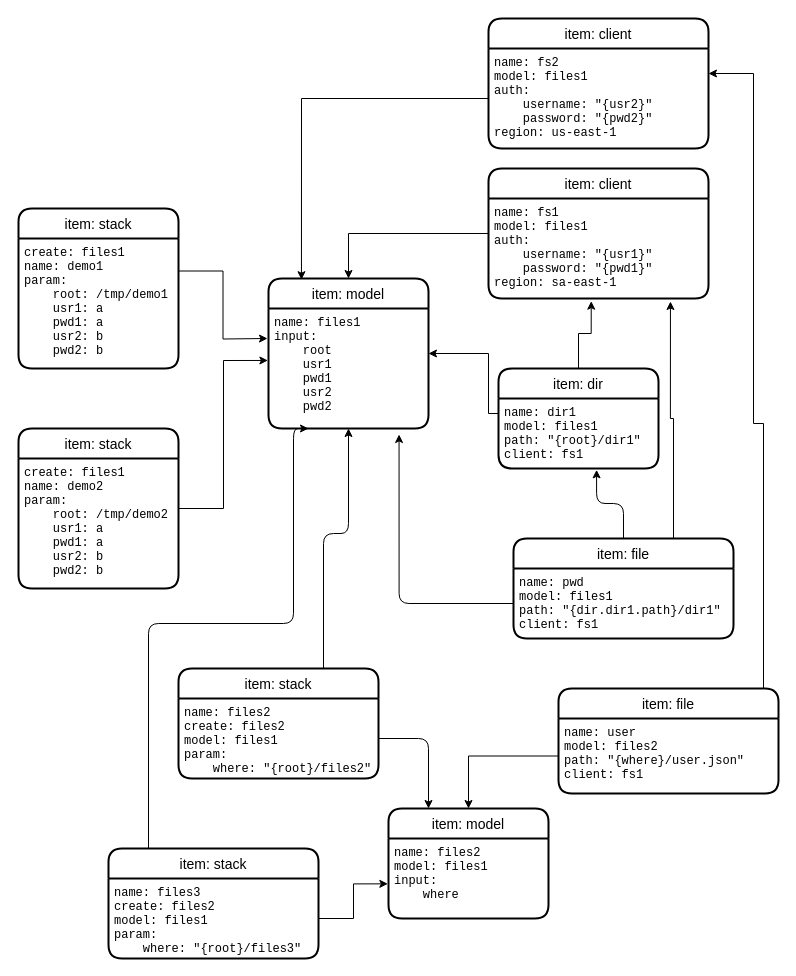
Before: doc/oros.drawio in udhos/oros, a draw.io diagram. Source tidied: cells renumbered, new cells numbered last; positions are measured from the earlier drawing's top-left corner, leaving out a move shared by most shapes. Both pictures are drawn from the tidied source at 100%, with x=0, y=0 at pixel (18, 18).
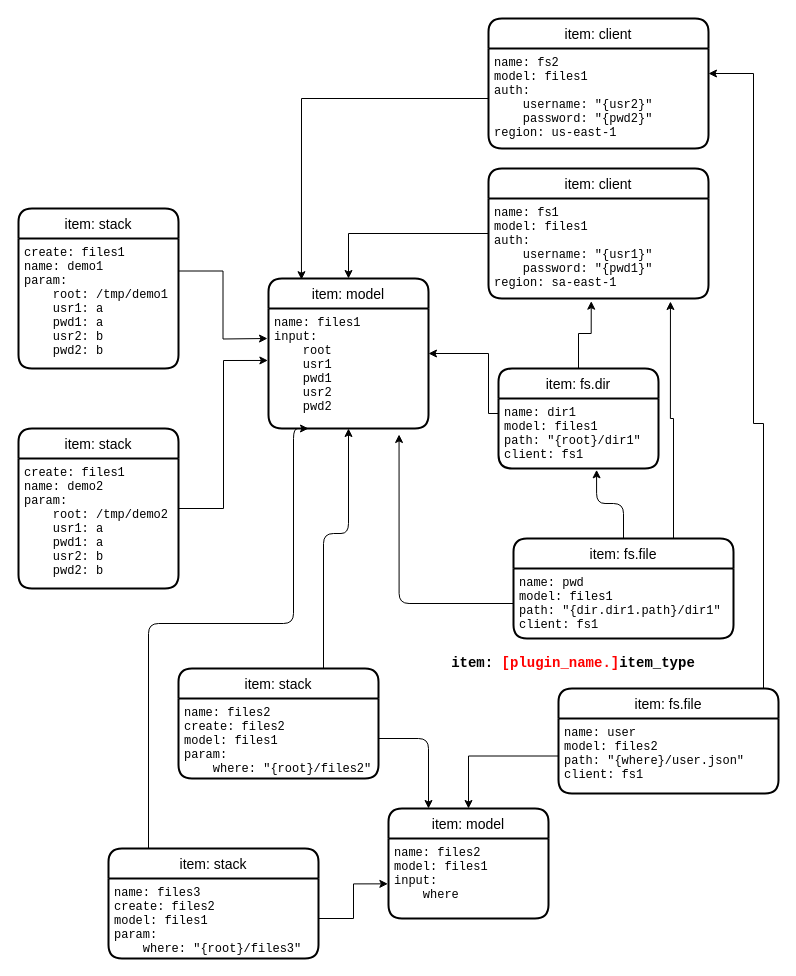
The same page after the edit.

Commit message:
Plugin name.

Change to the diagram source:
```diff
@@
-    <mxCell id="13" value="item: dir" style="swimlane;horizontal=1;startSize=30;rounded=1;fontSize=14;fontStyle=0;strokeWidth=2;shadow=0;dashed=0;align=center;" parent="1" vertex="1">
+    <mxCell id="13" value="item: fs.dir" style="swimlane;horizontal=1;startSize=30;rounded=1;fontSize=14;fontStyle=0;strokeWidth=2;shadow=0;dashed=0;align=center;" parent="1" vertex="1">
       <mxGeometry x="480" y="350" width="160" height="100" as="geometry" />
     </mxCell>
@@
-    <mxCell id="17" value="item: file" style="swimlane;horizontal=1;startSize=30;rounded=1;fontSize=14;fontStyle=0;strokeWidth=2;shadow=0;dashed=0;align=center;" parent="1" vertex="1">
+    <mxCell id="17" value="item: fs.file" style="swimlane;horizontal=1;startSize=30;rounded=1;fontSize=14;fontStyle=0;strokeWidth=2;shadow=0;dashed=0;align=center;" parent="1" vertex="1">
       <mxGeometry x="495" y="520" width="220" height="100" as="geometry" />
     </mxCell>
@@
-    <mxCell id="20" value="item: file" style="swimlane;horizontal=1;startSize=30;rounded=1;fontSize=14;fontStyle=0;strokeWidth=2;shadow=0;dashed=0;align=center;" parent="1" vertex="1">
+    <mxCell id="20" value="item: fs.file" style="swimlane;horizontal=1;startSize=30;rounded=1;fontSize=14;fontStyle=0;strokeWidth=2;shadow=0;dashed=0;align=center;" parent="1" vertex="1">
       <mxGeometry x="540" y="670" width="220" height="105" as="geometry" />
     </mxCell>
@@
+    <mxCell id="39" value="&lt;b&gt;&lt;font style=&quot;font-size: 14px&quot; face=&quot;Courier New&quot;&gt;item: &lt;font color=&quot;#ff0000&quot;&gt;[plugin_name.]&lt;/font&gt;item_type&lt;/font&gt;&lt;/b&gt;" style="text;html=1;strokeColor=none;fillColor=none;align=center;verticalAlign=middle;whiteSpace=wrap;rounded=0;perimeterSpacing=0;" parent="1" vertex="1">
+      <mxGeometry x="410" y="630" width="290" height="30" as="geometry" />
+    </mxCell>
```
